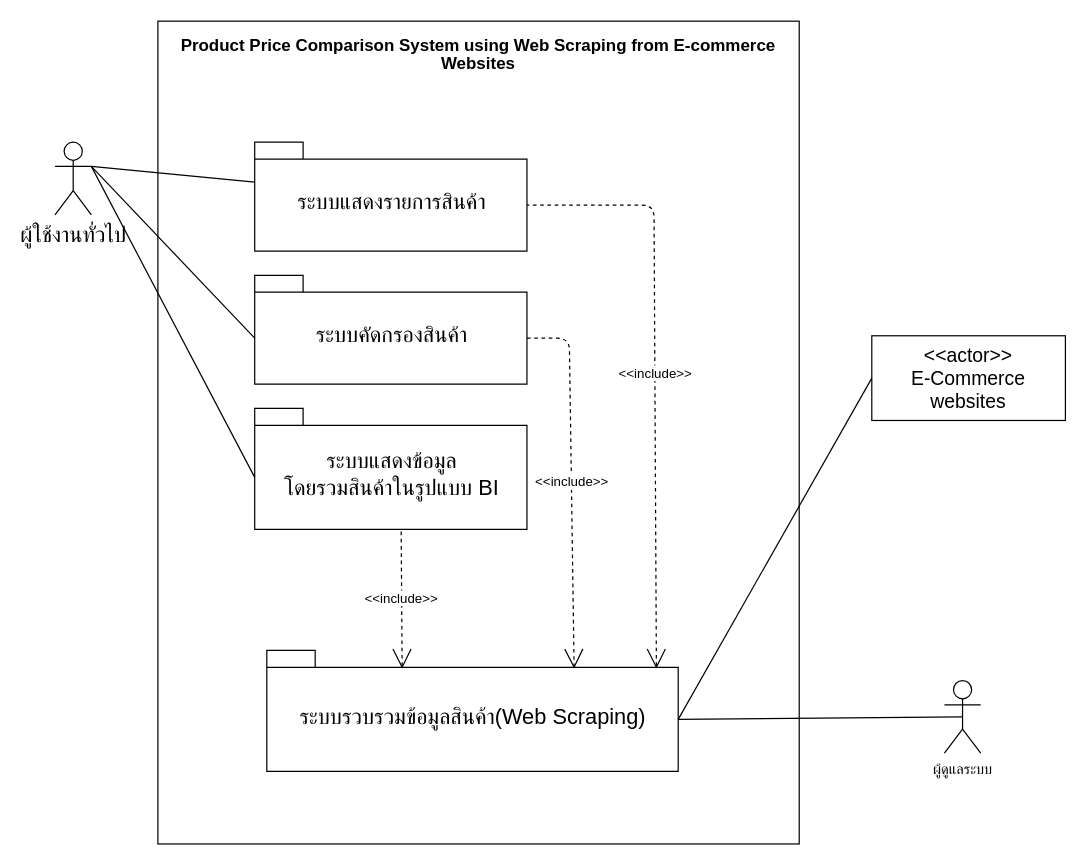
Before: Untitled Diagram.drawio in newzyz/Share, a draw.io diagram. Source tidied: cells renumbered, new cells numbered last; positions are measured from the earlier drawing's top-left corner, leaving out a move shared by most shapes. Both pictures are drawn from the tidied source at 121%, with x=0, y=0 at pixel (54, 21).
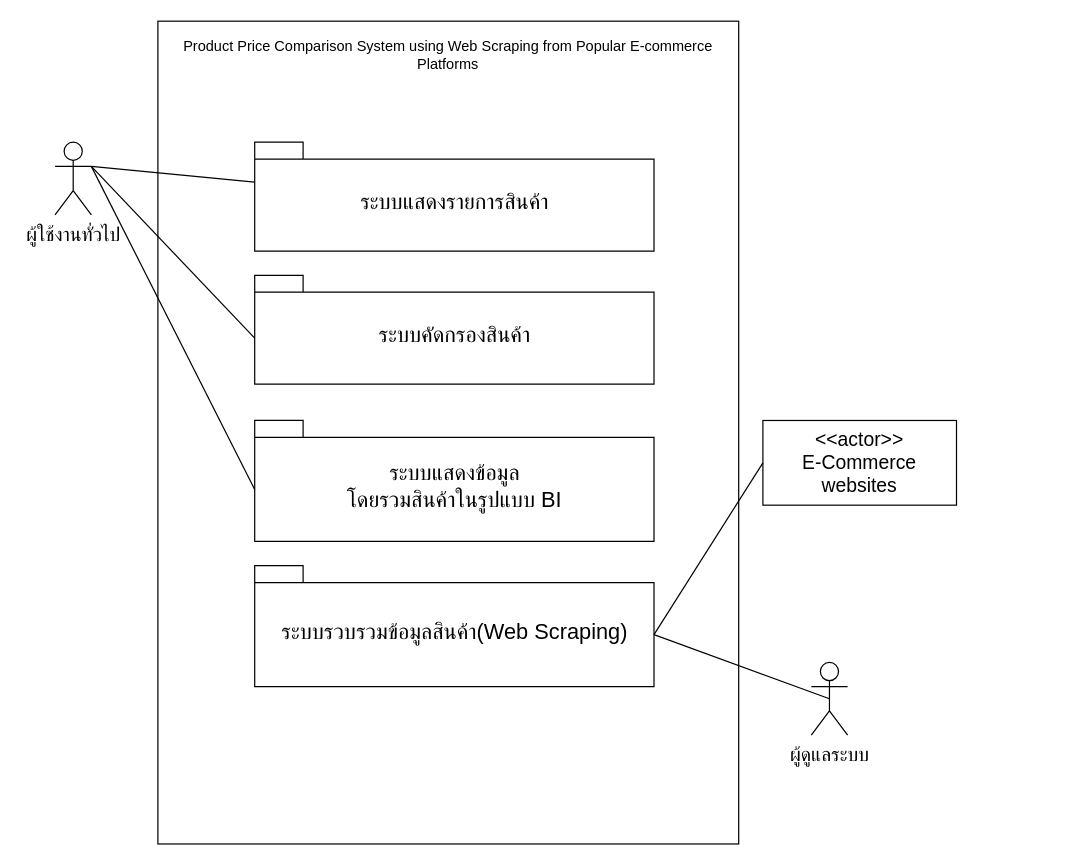
After the change.

The edit, as a diff of the source:
```diff
@@
-    <mxCell id="2" value="&lt;span style=&quot;line-height: 115% ; font-family: &amp;#34;th sarabunpsk&amp;#34; , sans-serif&quot;&gt;&lt;font size=&quot;1&quot;&gt;&lt;b style=&quot;font-size: 14px&quot;&gt;Product Price Comparison System using Web Scraping from E-commerce Websites&lt;/b&gt;&lt;/font&gt;&lt;/span&gt;" style="rounded=0;whiteSpace=wrap;html=1;spacingTop=-125;spacing=5;spacingBottom=500;" parent="1" vertex="1">
-      <mxGeometry x="85" width="530" height="680" as="geometry" />
+    <mxCell id="2" value="&lt;span style=&quot;line-height: 107% ; font-family: &amp;#34;calibri&amp;#34; , sans-serif&quot;&gt;&lt;font style=&quot;font-size: 12px&quot;&gt;Product Price Comparison System using Web Scraping from Popular E-commerce Platforms&lt;/font&gt;&lt;/span&gt;" style="rounded=0;whiteSpace=wrap;html=1;spacingTop=-125;spacing=5;spacingBottom=500;" parent="1" vertex="1">
+      <mxGeometry x="85" width="480" height="680" as="geometry" />
     </mxCell>
-    <mxCell id="3" value="&lt;font style=&quot;font-size: 18px&quot;&gt;ผู้ใช้งานทั่วไป&lt;/font&gt;" style="shape=umlActor;verticalLabelPosition=bottom;verticalAlign=top;html=1;outlineConnect=0;hachureGap=4;" parent="1" vertex="1">
+    <mxCell id="3" value="&lt;font style=&quot;font-size: 16px&quot;&gt;ผู้ใช้งานทั่วไป&lt;/font&gt;" style="shape=umlActor;verticalLabelPosition=bottom;verticalAlign=top;html=1;outlineConnect=0;hachureGap=4;" parent="1" vertex="1">
       <mxGeometry y="100" width="30" height="60" as="geometry" />
     </mxCell>
     <mxCell id="4" value="&lt;font style=&quot;font-size: 18px ; font-weight: normal&quot;&gt;ระบบแสดงรายการสินค้า&lt;/font&gt;" style="shape=folder;fontStyle=1;spacingTop=10;tabWidth=40;tabHeight=14;tabPosition=left;html=1;hachureGap=4;" parent="1" vertex="1">
-      <mxGeometry x="165" y="100" width="225" height="90" as="geometry" />
+      <mxGeometry x="165" y="100" width="330" height="90" as="geometry" />
     </mxCell>
@@
     <mxCell id="6" value="&lt;font style=&quot;font-size: 18px ; font-weight: normal&quot;&gt;ระบบคัดกรองสินค้า&lt;/font&gt;" style="shape=folder;fontStyle=1;spacingTop=10;tabWidth=40;tabHeight=14;tabPosition=left;html=1;hachureGap=4;" parent="1" vertex="1">
-      <mxGeometry x="165" y="210" width="225" height="90" as="geometry" />
+      <mxGeometry x="165" y="210" width="330" height="90" as="geometry" />
     </mxCell>
     <mxCell id="7" value="&lt;font style=&quot;font-size: 18px ; font-weight: normal&quot;&gt;ระบบแสดงข้อมูล&lt;br&gt;โดยรวมสินค้าในรูปแบบ BI&lt;/font&gt;" style="shape=folder;fontStyle=1;spacingTop=10;tabWidth=40;tabHeight=14;tabPosition=left;html=1;hachureGap=4;" parent="1" vertex="1">
-      <mxGeometry x="165" y="320" width="225" height="100" as="geometry" />
+      <mxGeometry x="165" y="330" width="330" height="100" as="geometry" />
     </mxCell>
@@
     <mxCell id="10" value="&lt;font style=&quot;font-size: 18px ; font-weight: normal&quot;&gt;ระบบรวบรวมข้อมูลสินค้า(Web Scraping)&lt;/font&gt;" style="shape=folder;fontStyle=1;spacingTop=10;tabWidth=40;tabHeight=14;tabPosition=left;html=1;hachureGap=4;" parent="1" vertex="1">
-      <mxGeometry x="175" y="520" width="340" height="100" as="geometry" />
+      <mxGeometry x="165" y="450" width="330" height="100" as="geometry" />
     </mxCell>
-    <mxCell id="11" value="&amp;lt;&amp;lt;include&amp;gt;&amp;gt;" style="endArrow=none;dashed=1;html=1;startSize=14;endSize=14;sourcePerimeterSpacing=8;targetPerimeterSpacing=8;strokeColor=default;entryX=0.538;entryY=1;entryDx=0;entryDy=0;entryPerimeter=0;endFill=0;startArrow=open;startFill=0;exitX=0.329;exitY=0.15;exitDx=0;exitDy=0;exitPerimeter=0;" parent="1" edge="1" source="10" target="7">
-      <mxGeometry relative="1" as="geometry" />
-    </mxCell>
-    <mxCell id="12" value="&amp;lt;&amp;lt;include&amp;gt;&amp;gt;" style="endArrow=open;dashed=1;html=1;startSize=14;endSize=14;sourcePerimeterSpacing=8;targetPerimeterSpacing=8;strokeColor=default;exitX=0;exitY=0;exitDx=225;exitDy=52;exitPerimeter=0;entryX=0.747;entryY=0.15;entryDx=0;entryDy=0;entryPerimeter=0;startArrow=none;startFill=0;endFill=0;" parent="1" edge="1" source="6" target="10">
-      <mxGeometry relative="1" as="geometry">
-        <Array as="points">
-          <mxPoint x="425" y="262" />
-        </Array>
-      </mxGeometry>
-    </mxCell>
-    <mxCell id="13" value="&amp;lt;&amp;lt;include&amp;gt;&amp;gt;" style="endArrow=none;dashed=1;html=1;startSize=14;endSize=14;sourcePerimeterSpacing=8;targetPerimeterSpacing=8;strokeColor=default;startArrow=open;startFill=0;entryX=0;entryY=0;entryDx=225;entryDy=52;entryPerimeter=0;exitX=0.947;exitY=0.15;exitDx=0;exitDy=0;exitPerimeter=0;" parent="1" edge="1" source="10" target="4">
-      <mxGeometry relative="1" as="geometry">
-        <Array as="points">
-          <mxPoint x="495" y="152" />
-        </Array>
-      </mxGeometry>
-    </mxCell>
     <mxCell id="14" value="&lt;font style=&quot;font-size: 16px&quot;&gt;&amp;lt;&amp;lt;actor&amp;gt;&amp;gt;&lt;br&gt;E-Commerce websites&lt;/font&gt;" style="rounded=0;whiteSpace=wrap;html=1;hachureGap=4;" parent="1" vertex="1">
-      <mxGeometry x="675" y="260" width="160" height="70" as="geometry" />
+      <mxGeometry x="585" y="330" width="160" height="70" as="geometry" />
     </mxCell>
-    <mxCell id="15" style="endArrow=none;html=1;entryX=0;entryY=0.5;entryDx=0;entryDy=0;exitX=0;exitY=0;exitDx=340;exitDy=57;exitPerimeter=0;" parent="1" edge="1" source="10" target="14">
+    <mxCell id="15" style="endArrow=none;html=1;entryX=0;entryY=0.5;entryDx=0;entryDy=0;exitX=0;exitY=0;exitDx=330;exitDy=57;exitPerimeter=0;" parent="1" edge="1" source="10" target="14">
       <mxGeometry relative="1" as="geometry" />
     </mxCell>
-    <mxCell id="16" value="ผู้ดูแลระบบ" style="shape=umlActor;verticalLabelPosition=bottom;verticalAlign=top;html=1;outlineConnect=0;" parent="1" vertex="1">
-      <mxGeometry x="735" y="545" width="30" height="60" as="geometry" />
+    <mxCell id="16" value="&lt;font style=&quot;font-size: 16px&quot;&gt;ผู้ดูแลระบบ&lt;/font&gt;" style="shape=umlActor;verticalLabelPosition=bottom;verticalAlign=top;html=1;outlineConnect=0;" parent="1" vertex="1">
+      <mxGeometry x="625" y="530" width="30" height="60" as="geometry" />
     </mxCell>
-    <mxCell id="17" style="endArrow=none;html=1;entryX=0.5;entryY=0.5;entryDx=0;entryDy=0;entryPerimeter=0;exitX=0;exitY=0;exitDx=340;exitDy=57;exitPerimeter=0;" parent="1" edge="1" source="10" target="16">
+    <mxCell id="17" style="endArrow=none;html=1;entryX=0.5;entryY=0.5;entryDx=0;entryDy=0;entryPerimeter=0;exitX=0;exitY=0;exitDx=330;exitDy=57;exitPerimeter=0;" parent="1" edge="1" source="10" target="16">
       <mxGeometry relative="1" as="geometry" />
     </mxCell>
```
